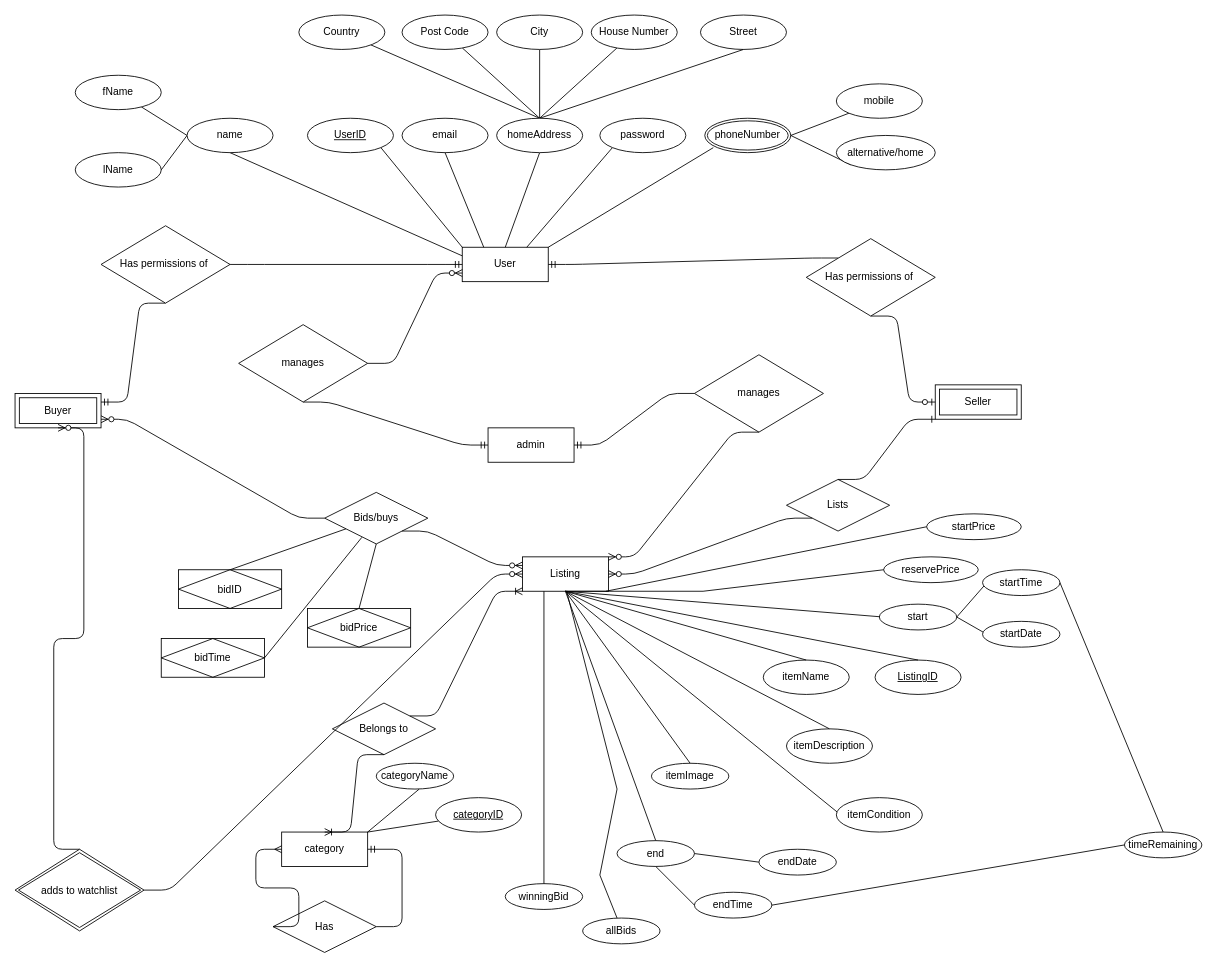
rwshaw/Auction-Website keeps this draw.io diagram as working_ERD.drawio. Above is the earlier version. Source tidied: cells renumbered, new cells numbered last; positions are measured from the earlier drawing's top-left corner, leaving out a move shared by most shapes. Both pictures are drawn from the tidied source at 86%, with x=0, y=0 at pixel (15, 15).
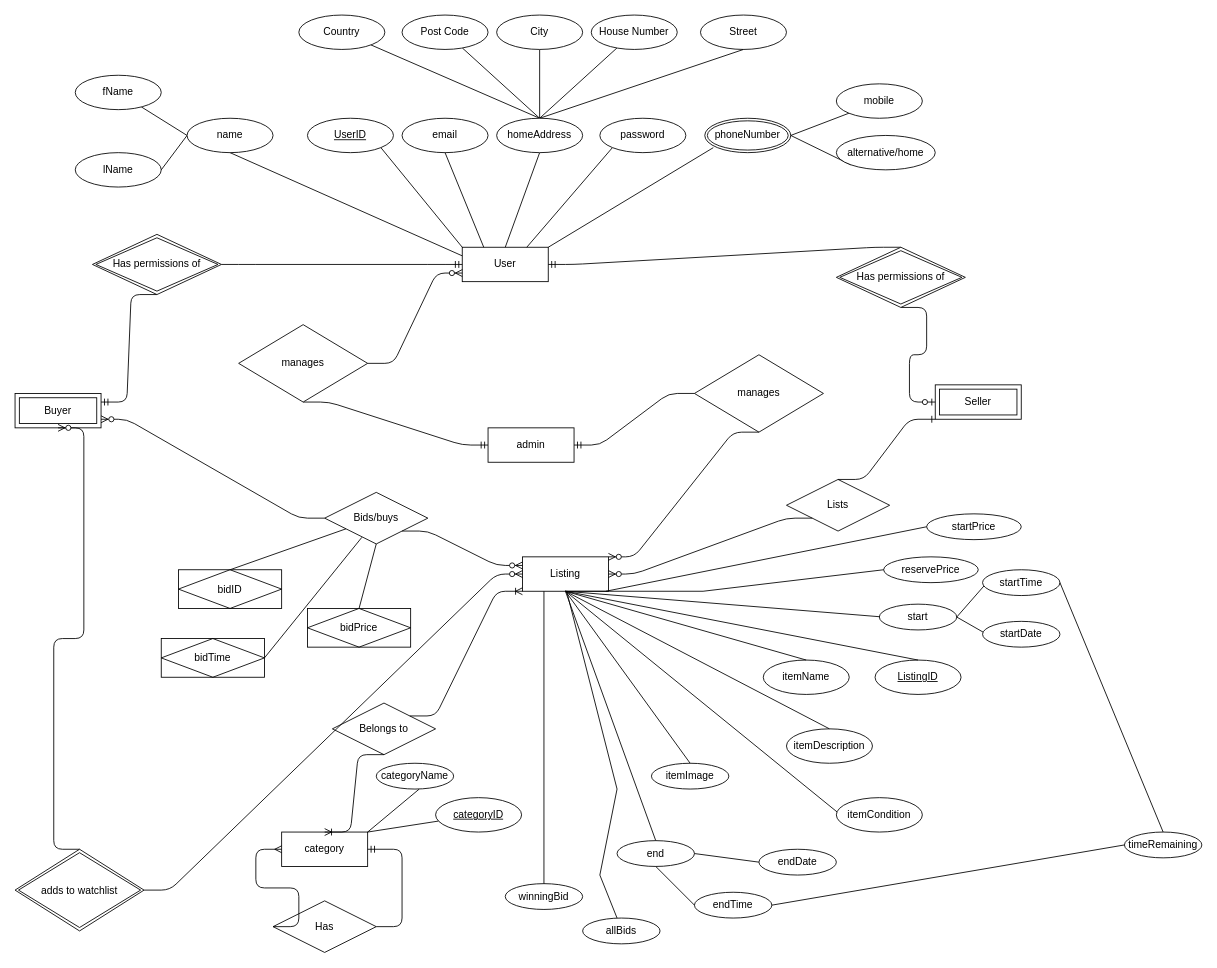
The same page after the edit.

Unchanged cells that the change refers to:
```xml
<mxCell id="2" value="User" style="whiteSpace=wrap;html=1;align=center;" parent="1" vertex="1">
  <mxGeometry x="520" y="270" width="100" height="40" as="geometry" />
</mxCell>
<mxCell id="3" value="Seller" style="shape=ext;margin=3;double=1;whiteSpace=wrap;html=1;align=center;" parent="1" vertex="1">
  <mxGeometry x="1070" y="430" width="100" height="40" as="geometry" />
</mxCell>
<mxCell id="4" value="Buyer" style="shape=ext;margin=3;double=1;whiteSpace=wrap;html=1;align=center;" parent="1" vertex="1">
  <mxGeometry y="440" width="100" height="40" as="geometry" />
</mxCell>
```

The edit, as a diff of the source:
```diff
@@
-    <mxCell id="5" style="edgeStyle=entityRelationEdgeStyle;fontSize=12;html=1;endArrow=ERzeroToOne;endFill=1;rounded=1;exitX=0.5;exitY=1;exitDx=0;exitDy=0;entryX=0;entryY=0.5;entryDx=0;entryDy=0;" parent="1" edge="1" source="66" target="3">
+    <mxCell id="5" style="edgeStyle=entityRelationEdgeStyle;fontSize=12;html=1;endArrow=ERzeroToOne;endFill=1;rounded=1;exitX=0.5;exitY=1;exitDx=0;exitDy=0;entryX=0;entryY=0.5;entryDx=0;entryDy=0;" parent="1" edge="1" source="108" target="3">
       <mxGeometry relative="1" as="geometry" />
     </mxCell>
-    <mxCell id="6" style="edgeStyle=entityRelationEdgeStyle;fontSize=12;html=1;endArrow=ERmandOne;entryX=0;entryY=0.5;entryDx=0;entryDy=0;exitX=1;exitY=0.5;exitDx=0;exitDy=0;" parent="1" edge="1" source="67" target="2">
+    <mxCell id="6" style="edgeStyle=entityRelationEdgeStyle;fontSize=12;html=1;endArrow=ERmandOne;entryX=0;entryY=0.5;entryDx=0;entryDy=0;exitX=1;exitY=0.5;exitDx=0;exitDy=0;" parent="1" edge="1" source="109" target="2">
       <mxGeometry relative="1" as="geometry" />
     </mxCell>
-    <mxCell id="7" style="edgeStyle=entityRelationEdgeStyle;fontSize=12;html=1;endArrow=ERmandOne;entryX=1;entryY=0.25;entryDx=0;entryDy=0;exitX=0.5;exitY=1;exitDx=0;exitDy=0;" parent="1" edge="1" source="67" target="4">
+    <mxCell id="7" style="edgeStyle=entityRelationEdgeStyle;fontSize=12;html=1;endArrow=ERmandOne;entryX=1;entryY=0.25;entryDx=0;entryDy=0;exitX=0.5;exitY=1;exitDx=0;exitDy=0;" parent="1" edge="1" source="109" target="4">
       <mxGeometry relative="1" as="geometry" />
     </mxCell>
@@
-    <mxCell id="11" style="edgeStyle=entityRelationEdgeStyle;fontSize=12;html=1;endArrow=ERmandOne;entryX=1;entryY=0.5;entryDx=0;entryDy=0;exitX=0;exitY=0;exitDx=0;exitDy=0;" parent="1" edge="1" source="66" target="2">
+    <mxCell id="11" style="edgeStyle=entityRelationEdgeStyle;fontSize=12;html=1;endArrow=ERmandOne;entryX=1;entryY=0.5;entryDx=0;entryDy=0;exitX=0.5;exitY=0;exitDx=0;exitDy=0;" parent="1" edge="1" source="108" target="2">
       <mxGeometry relative="1" as="geometry" />
     </mxCell>
@@
-    <mxCell id="66" value="Has permissions of&amp;nbsp;" style="shape=rhombus;perimeter=rhombusPerimeter;whiteSpace=wrap;html=1;align=center;" parent="1" vertex="1">
-      <mxGeometry x="920" y="260" width="150" height="90" as="geometry" />
-    </mxCell>
-    <mxCell id="67" value="Has permissions of&amp;nbsp;" style="shape=rhombus;perimeter=rhombusPerimeter;whiteSpace=wrap;html=1;align=center;" parent="1" vertex="1">
-      <mxGeometry x="100" y="245" width="150" height="90" as="geometry" />
-    </mxCell>
@@
+    <mxCell id="108" value="Has permissions of" style="shape=rhombus;double=1;perimeter=rhombusPerimeter;whiteSpace=wrap;html=1;align=center;" parent="1" vertex="1">
+      <mxGeometry x="955" y="270" width="150" height="70" as="geometry" />
+    </mxCell>
+    <mxCell id="109" value="Has permissions of" style="shape=rhombus;double=1;perimeter=rhombusPerimeter;whiteSpace=wrap;html=1;align=center;" parent="1" vertex="1">
+      <mxGeometry x="90" y="255" width="150" height="70" as="geometry" />
+    </mxCell>
```
